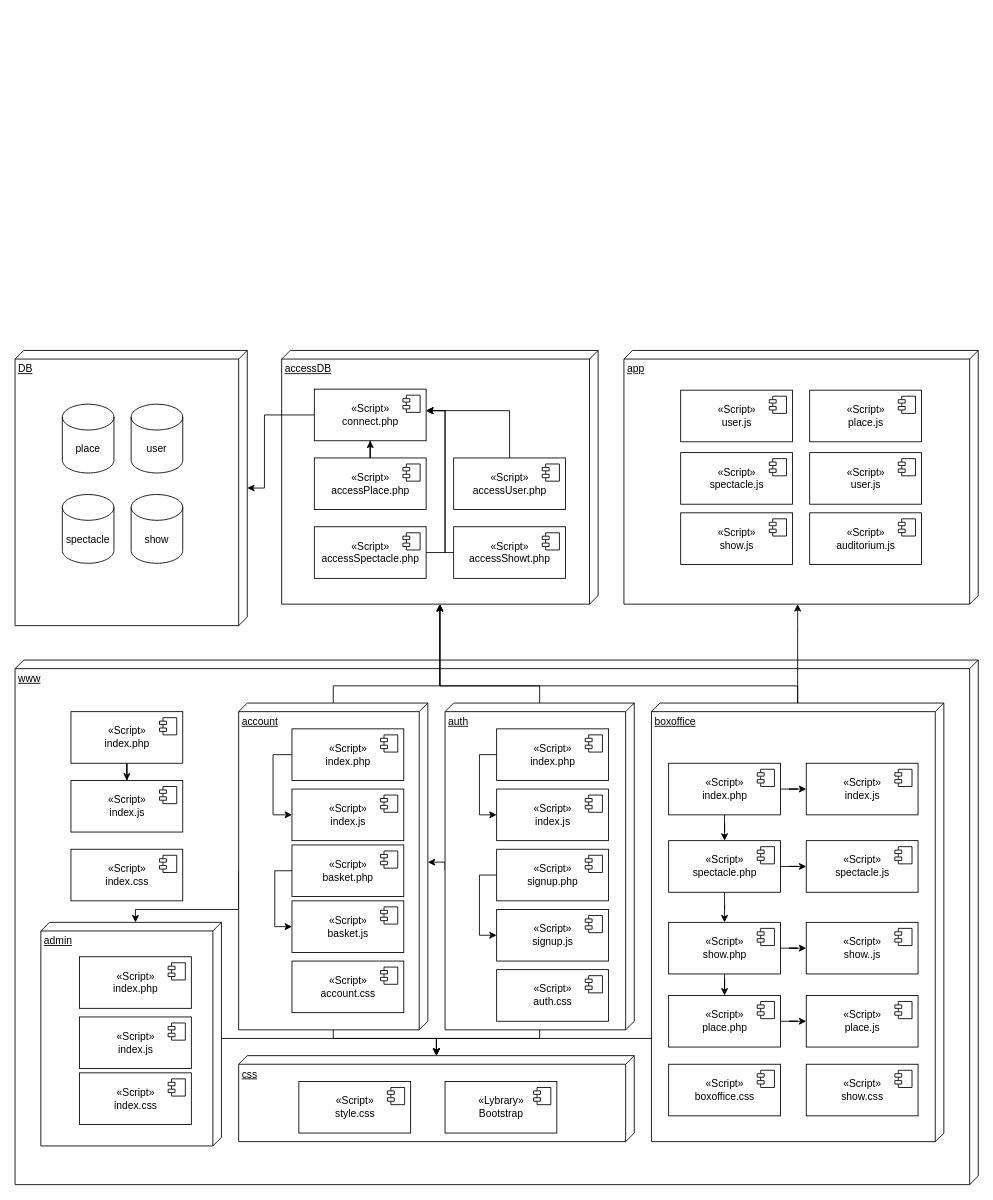
Above: page "diagramme de composants" (5 of 7) of analyse/analyse.drawio in baptisteRiviere/SpectacleHallManagement (draw.io), before the change. Source tidied: cells renumbered, new cells numbered last; positions are measured from the earlier drawing's top-left corner, leaving out a move shared by most shapes. Both pictures are drawn from the tidied source at 86%, with x=0, y=0 at pixel (15, 350).
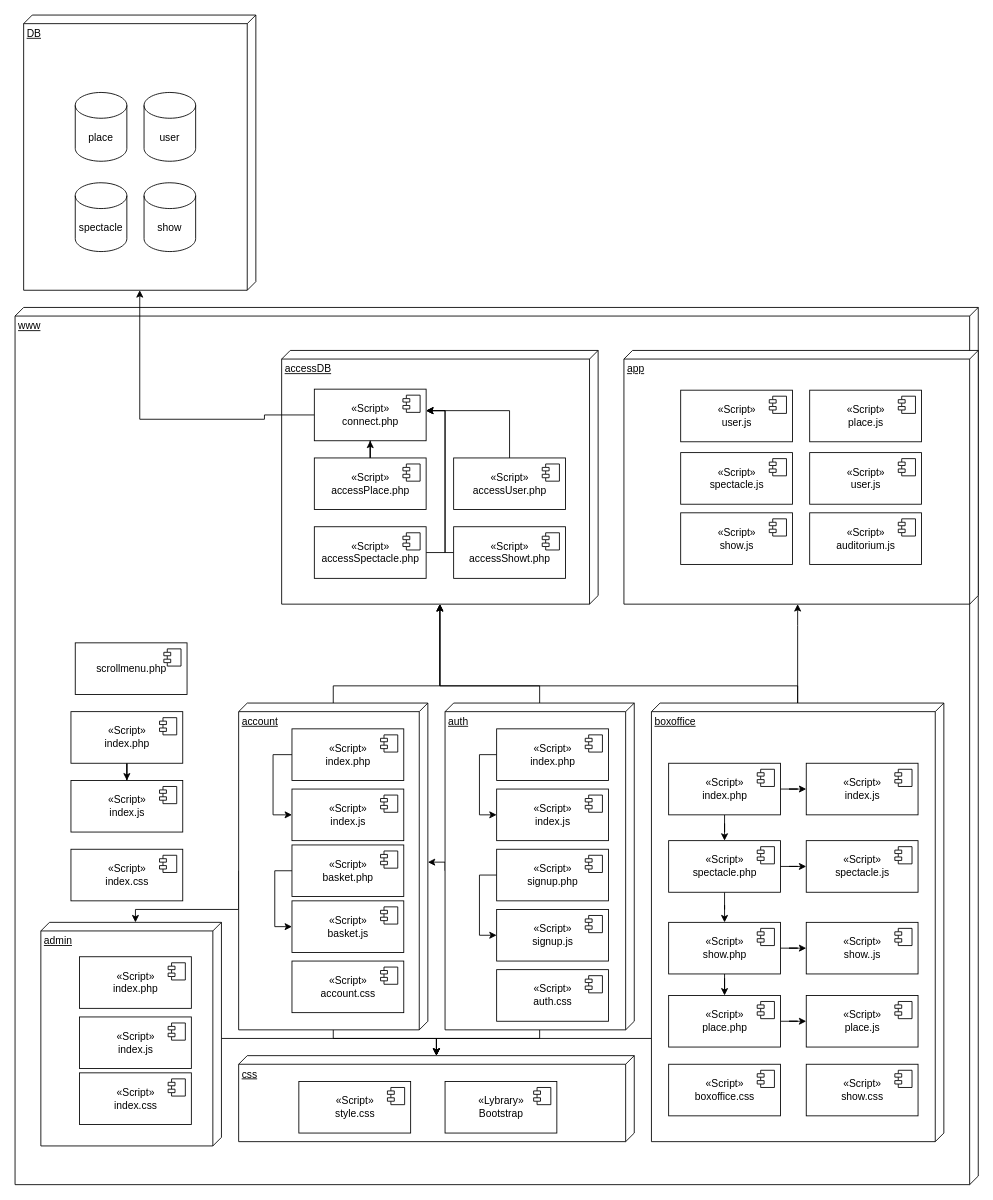
The same diagram, later.

Commit message:
Analyse : changement diag comp

The change refers to these unchanged cells:
```xml
<mxCell id="25" value="&lt;div&gt;«Script»&lt;/div&gt;&lt;div&gt;connect.php&lt;br&gt;&lt;/div&gt;" style="html=1;" parent="1" vertex="1">
  <mxGeometry x="348" y="45" width="130" height="60" as="geometry" />
</mxCell>
```

Change to the diagram source:
```diff
@@
+    <mxCell id="3" value="www" style="verticalAlign=top;align=left;spacingTop=8;spacingLeft=2;spacingRight=12;shape=cube;size=10;direction=south;fontStyle=4;html=1;" parent="1" vertex="1">
+      <mxGeometry y="-50" width="1120" height="1020" as="geometry" />
+    </mxCell>
     <mxCell id="2" value="DB" style="verticalAlign=top;align=left;spacingTop=8;spacingLeft=2;spacingRight=12;shape=cube;size=10;direction=south;fontStyle=4;html=1;" parent="1" vertex="1">
-      <mxGeometry width="270" height="320" as="geometry" />
+      <mxGeometry x="10" y="-390" width="270" height="320" as="geometry" />
     </mxCell>
-    <mxCell id="3" value="www" style="verticalAlign=top;align=left;spacingTop=8;spacingLeft=2;spacingRight=12;shape=cube;size=10;direction=south;fontStyle=4;html=1;" parent="1" vertex="1">
-      <mxGeometry y="360" width="1120" height="610" as="geometry" />
-    </mxCell>
@@
     <mxCell id="16" value="user" style="shape=cylinder3;whiteSpace=wrap;html=1;boundedLbl=1;backgroundOutline=1;size=15;" parent="1" vertex="1">
-      <mxGeometry x="135" y="62.5" width="60" height="80" as="geometry" />
+      <mxGeometry x="150" y="-300" width="60" height="80" as="geometry" />
     </mxCell>
     <mxCell id="17" value="place" style="shape=cylinder3;whiteSpace=wrap;html=1;boundedLbl=1;backgroundOutline=1;size=15;" parent="1" vertex="1">
-      <mxGeometry x="55" y="62.5" width="60" height="80" as="geometry" />
+      <mxGeometry x="70" y="-300" width="60" height="80" as="geometry" />
     </mxCell>
     <mxCell id="18" value="spectacle" style="shape=cylinder3;whiteSpace=wrap;html=1;boundedLbl=1;backgroundOutline=1;size=15;" parent="1" vertex="1">
-      <mxGeometry x="55" y="167.5" width="60" height="80" as="geometry" />
+      <mxGeometry x="70" y="-195" width="60" height="80" as="geometry" />
     </mxCell>
     <mxCell id="19" value="show" style="shape=cylinder3;whiteSpace=wrap;html=1;boundedLbl=1;backgroundOutline=1;size=15;" parent="1" vertex="1">
-      <mxGeometry x="135" y="167.5" width="60" height="80" as="geometry" />
+      <mxGeometry x="150" y="-195" width="60" height="80" as="geometry" />
     </mxCell>
@@
     <mxCell id="24" style="edgeStyle=orthogonalEdgeStyle;rounded=0;jettySize=auto;html=1;" parent="1" edge="1" source="25" target="2">
       <mxGeometry relative="1" as="geometry">
         <Array as="points">
           <mxPoint x="290" y="75" />
-          <mxPoint x="290" y="160" />
+          <mxPoint x="290" y="80" />
+          <mxPoint x="145" y="80" />
         </Array>
       </mxGeometry>
     </mxCell>
@@
+    <mxCell id="120" value="scrollmenu.php" style="html=1;" parent="1" vertex="1">
+      <mxGeometry x="70" y="340" width="130" height="60" as="geometry" />
+    </mxCell>
+    <mxCell id="121" style="shape=module;jettyWidth=8;jettyHeight=4;" parent="120" vertex="1">
+      <mxGeometry x="1" width="20" height="20" relative="1" as="geometry">
+        <mxPoint x="-27" y="7" as="offset" />
+      </mxGeometry>
+    </mxCell>
```
